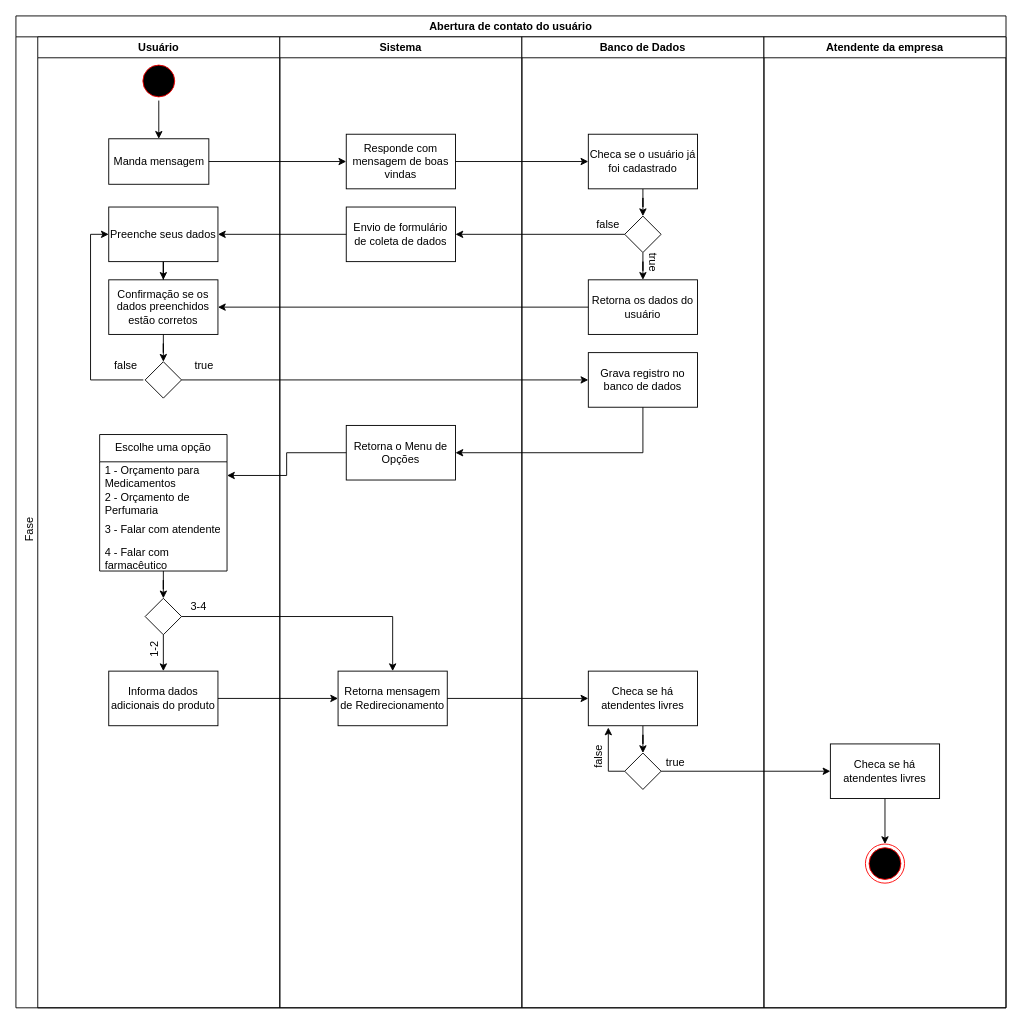
The draw.io diagram src/database/state.drawio in aka-sacci/chatbot-whatsapp-api, before the edit. Source tidied: cells renumbered, new cells numbered last; positions are measured from the earlier drawing's top-left corner, leaving out a move shared by most shapes. Both pictures are drawn from the tidied source at 91%, with x=0, y=0 at pixel (6, 15).
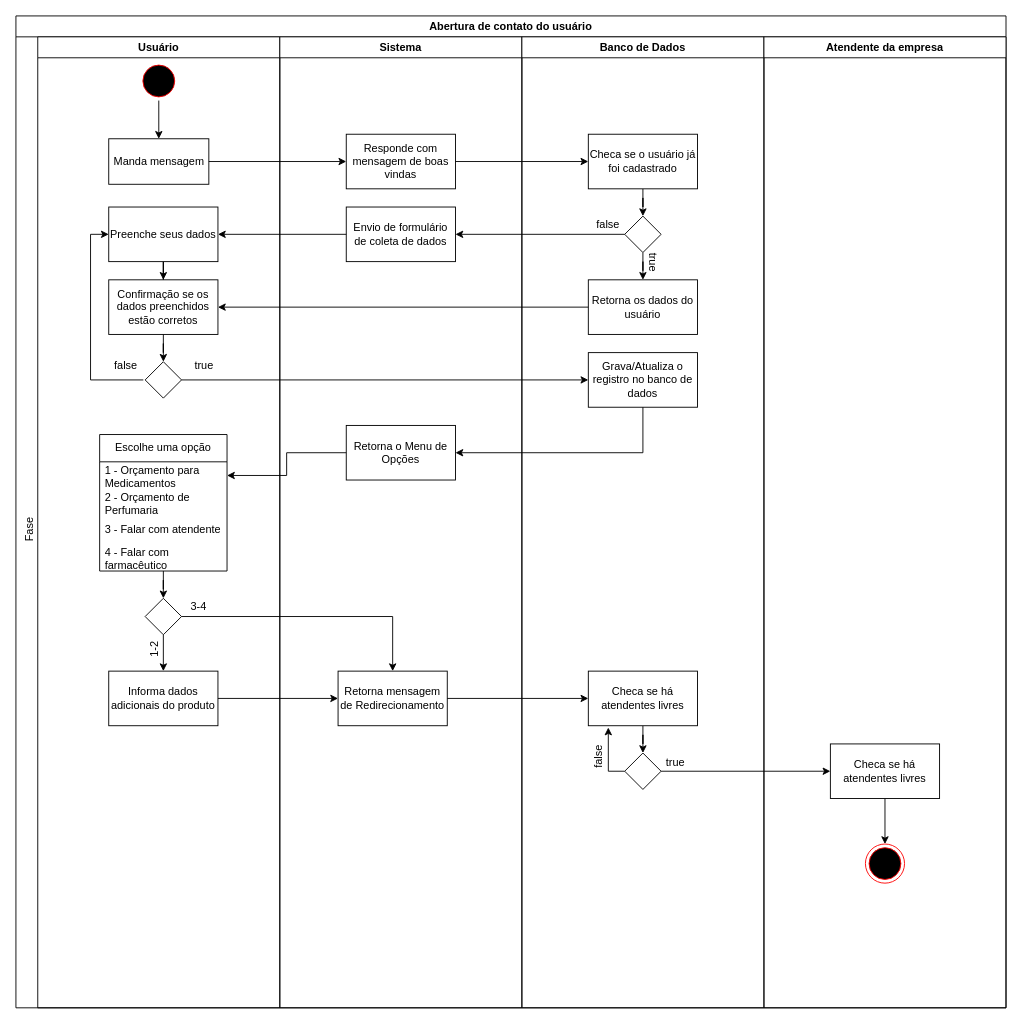
The same diagram, later.

Unchanged cells that the change refers to:
```xml
<mxCell id="32" value="Banco de Dados" style="swimlane;whiteSpace=wrap;html=1;" parent="2" vertex="1">
  <mxGeometry x="556" y="23" width="266" height="1067" as="geometry" />
</mxCell>
```

Diff of the diagram source:
```diff
@@
-    <mxCell id="40" value="Grava registro no banco de dados" style="rounded=0;whiteSpace=wrap;html=1;" parent="32" vertex="1">
+    <mxCell id="40" value="Grava/Atualiza o registro no banco de dados" style="rounded=0;whiteSpace=wrap;html=1;" parent="32" vertex="1">
       <mxGeometry x="73" y="347" width="120" height="60" as="geometry" />
     </mxCell>
```
